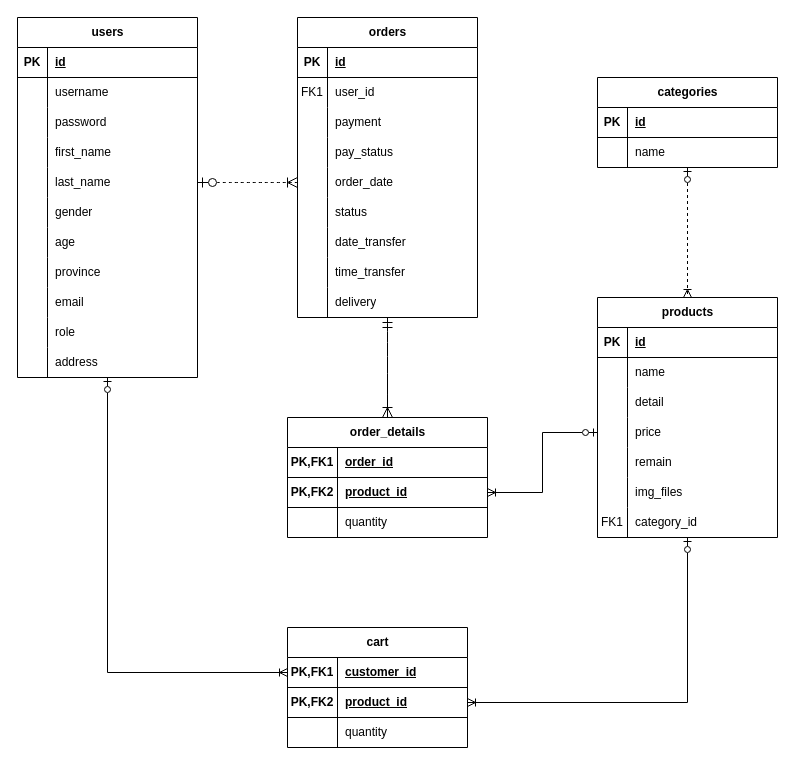
Automatic28m/home_speaker_website keeps this draw.io diagram as sphw7.drawio. Above is the earlier version. Source tidied: cells renumbered, new cells numbered last; positions are measured from the earlier drawing's top-left corner, leaving out a move shared by most shapes. Both pictures are drawn from the tidied source at 100%, with x=0, y=0 at pixel (17, 17).
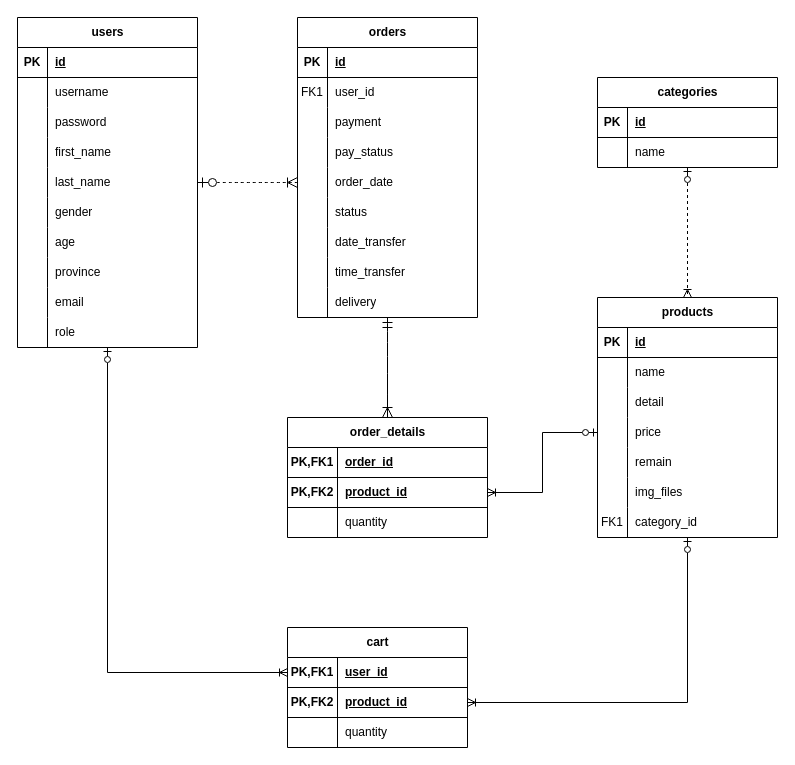
The same diagram, later.

The change refers to these unchanged cells:
```xml
<mxCell id="110" style="shape=tableRow;horizontal=0;startSize=0;swimlaneHead=0;swimlaneBody=0;fillColor=none;points=[[0,0.5],[1,0.5]];portConstraint=eastwest;top=0;left=0;right=0;bottom=1;" parent="109" vertex="1">
  <mxGeometry y="30" width="180" height="30" as="geometry" />
</mxCell>
```

What changed in the source:
```diff
@@
     <mxCell id="3" value="users" style="shape=table;startSize=30;childLayout=tableLayout;rowLines=0;fontStyle=1;align=center;html=1;" parent="1" vertex="1">
-      <mxGeometry width="180" height="360" as="geometry" />
+      <mxGeometry width="180" height="330" as="geometry" />
     </mxCell>
@@
-    <mxCell id="34" style="shape=tableRow;horizontal=0;startSize=0;swimlaneHead=0;swimlaneBody=0;fillColor=none;top=0;left=0;right=0;bottom=0;" parent="3" vertex="1">
-      <mxGeometry y="330" width="180" height="30" as="geometry" />
-    </mxCell>
-    <mxCell id="35" style="shape=partialRectangle;fillColor=none;top=0;left=0;bottom=0;right=0;overflow=hidden;whiteSpace=wrap;html=1;" parent="34" vertex="1">
-      <mxGeometry width="30" height="30" as="geometry" />
-    </mxCell>
-    <mxCell id="36" value="address" style="shape=partialRectangle;fillColor=none;top=0;left=0;bottom=0;right=0;align=left;spacingLeft=6;overflow=hidden;whiteSpace=wrap;html=1;" parent="34" vertex="1">
-      <mxGeometry x="30" width="150" height="30" as="geometry" />
-    </mxCell>
@@
-    <mxCell id="112" value="customer_id" style="shape=partialRectangle;fillColor=none;top=0;left=0;bottom=0;right=0;align=left;spacingLeft=6;fontStyle=5;overflow=hidden;whiteSpace=wrap;html=1;" parent="110" vertex="1">
+    <mxCell id="112" value="user_id" style="shape=partialRectangle;fillColor=none;top=0;left=0;bottom=0;right=0;align=left;spacingLeft=6;fontStyle=5;overflow=hidden;whiteSpace=wrap;html=1;" parent="110" vertex="1">
       <mxGeometry x="50" width="130" height="30" as="geometry" />
     </mxCell>
```
